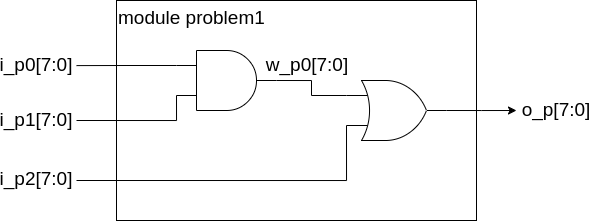
Before: images/LetsMakeCPU/problem1.png, a diagram exported from draw.io (VLSI-JP/VLSI-JP.github.io). Source tidied: cells renumbered, new cells last; positions are measured from the earlier drawing's top-left corner, leaving out a move shared by most shapes. Source of this version:
```xml
<mxGraphModel>
  <root>
    <mxCell id="0" />
    <mxCell id="1" parent="0" />
    <mxCell id="2" value="module problem1" style="rounded=0;whiteSpace=wrap;html=1;align=left;verticalAlign=top;fontSize=19;" parent="1" vertex="1">
      <mxGeometry x="110" width="360" height="220" as="geometry" />
    </mxCell>
    <mxCell id="3" style="edgeStyle=orthogonalEdgeStyle;rounded=0;jettySize=auto;html=1;exitX=1;exitY=0.5;exitDx=0;exitDy=0;exitPerimeter=0;entryX=0;entryY=0.25;entryDx=0;entryDy=0;entryPerimeter=0;endArrow=none;endFill=0;" parent="1" edge="1" source="6" target="9">
      <mxGeometry relative="1" as="geometry" />
    </mxCell>
    <mxCell id="4" style="edgeStyle=orthogonalEdgeStyle;rounded=0;jettySize=auto;html=1;exitX=0;exitY=0.75;exitDx=0;exitDy=0;exitPerimeter=0;endArrow=none;endFill=0;" parent="1" edge="1" source="6">
      <mxGeometry relative="1" as="geometry">
        <mxPoint x="70" y="120" as="targetPoint" />
        <Array as="points">
          <mxPoint x="170" y="120" />
        </Array>
      </mxGeometry>
    </mxCell>
    <mxCell id="5" style="edgeStyle=orthogonalEdgeStyle;rounded=0;jettySize=auto;html=1;exitX=0;exitY=0.25;exitDx=0;exitDy=0;exitPerimeter=0;endArrow=none;endFill=0;" parent="1" edge="1" source="6">
      <mxGeometry relative="1" as="geometry">
        <mxPoint x="70" y="65.1" as="targetPoint" />
      </mxGeometry>
    </mxCell>
    <mxCell id="6" style="verticalLabelPosition=bottom;shadow=0;dashed=0;align=center;html=1;verticalAlign=top;shape=mxgraph.electrical.logic_gates.logic_gate;operation=and;" parent="1" vertex="1">
      <mxGeometry x="170" y="50" width="100" height="60" as="geometry" />
    </mxCell>
    <mxCell id="7" style="edgeStyle=orthogonalEdgeStyle;rounded=0;jettySize=auto;html=1;exitX=1;exitY=0.5;exitDx=0;exitDy=0;exitPerimeter=0;" parent="1" edge="1" source="9">
      <mxGeometry relative="1" as="geometry">
        <mxPoint x="510" y="110" as="targetPoint" />
      </mxGeometry>
    </mxCell>
    <mxCell id="8" style="edgeStyle=orthogonalEdgeStyle;rounded=0;jettySize=auto;html=1;exitX=0;exitY=0.75;exitDx=0;exitDy=0;exitPerimeter=0;endArrow=none;endFill=0;" parent="1" edge="1" source="9">
      <mxGeometry relative="1" as="geometry">
        <mxPoint x="70" y="180" as="targetPoint" />
        <Array as="points">
          <mxPoint x="340" y="180" />
        </Array>
      </mxGeometry>
    </mxCell>
    <mxCell id="9" style="verticalLabelPosition=bottom;shadow=0;dashed=0;align=center;html=1;verticalAlign=top;shape=mxgraph.electrical.logic_gates.logic_gate;operation=or;" parent="1" vertex="1">
      <mxGeometry x="340" y="80" width="100" height="60" as="geometry" />
    </mxCell>
    <mxCell id="10" value="i_p0[7:0]" style="text;html=1;strokeColor=none;fillColor=none;align=center;verticalAlign=middle;whiteSpace=wrap;rounded=0;fontSize=19;" parent="1" vertex="1">
      <mxGeometry y="50" width="60" height="30" as="geometry" />
    </mxCell>
    <mxCell id="11" value="i_p1[7:0]" style="text;html=1;strokeColor=none;fillColor=none;align=center;verticalAlign=middle;whiteSpace=wrap;rounded=0;fontSize=19;" parent="1" vertex="1">
      <mxGeometry y="105" width="60" height="30" as="geometry" />
    </mxCell>
    <mxCell id="12" value="i_p2[7:0]" style="text;html=1;strokeColor=none;fillColor=none;align=center;verticalAlign=middle;whiteSpace=wrap;rounded=0;fontSize=19;" parent="1" vertex="1">
      <mxGeometry y="164" width="60" height="30" as="geometry" />
    </mxCell>
    <mxCell id="13" value="o_p[7:0]" style="text;html=1;strokeColor=none;fillColor=none;align=center;verticalAlign=middle;whiteSpace=wrap;rounded=0;fontSize=19;" parent="1" vertex="1">
      <mxGeometry x="520" y="95" width="60" height="30" as="geometry" />
    </mxCell>
    <mxCell id="14" value="w_p0[7:0]" style="text;html=1;strokeColor=none;fillColor=none;align=center;verticalAlign=middle;whiteSpace=wrap;rounded=0;fontSize=19;" parent="1" vertex="1">
      <mxGeometry x="271" y="50" width="60" height="30" as="geometry" />
    </mxCell>
  </root>
</mxGraphModel>
```
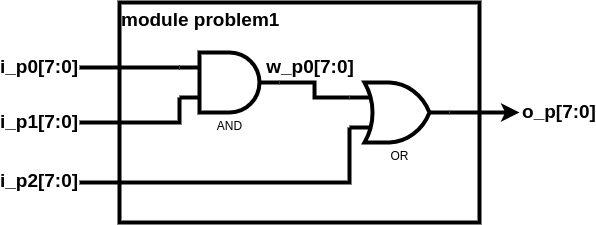
The same file after the commit.

The edit, as a diff of the source:
```diff
@@ -2,57 +2,57 @@
   <root>
     <mxCell id="0" />
     <mxCell id="1" parent="0" />
-    <mxCell id="2" value="module problem1" style="rounded=0;whiteSpace=wrap;html=1;align=left;verticalAlign=top;fontSize=19;" parent="1" vertex="1">
+    <mxCell id="2" value="module problem1" style="rounded=0;whiteSpace=wrap;html=1;align=left;verticalAlign=top;fontSize=19;strokeWidth=4;fontStyle=1;" parent="1" vertex="1">
       <mxGeometry x="110" width="360" height="220" as="geometry" />
     </mxCell>
-    <mxCell id="3" style="edgeStyle=orthogonalEdgeStyle;rounded=0;jettySize=auto;html=1;exitX=1;exitY=0.5;exitDx=0;exitDy=0;exitPerimeter=0;entryX=0;entryY=0.25;entryDx=0;entryDy=0;entryPerimeter=0;endArrow=none;endFill=0;" parent="1" edge="1" source="6" target="9">
-      <mxGeometry relative="1" as="geometry" />
-    </mxCell>
-    <mxCell id="4" style="edgeStyle=orthogonalEdgeStyle;rounded=0;jettySize=auto;html=1;exitX=0;exitY=0.75;exitDx=0;exitDy=0;exitPerimeter=0;endArrow=none;endFill=0;" parent="1" edge="1" source="6">
-      <mxGeometry relative="1" as="geometry">
-        <mxPoint x="70" y="120" as="targetPoint" />
-        <Array as="points">
-          <mxPoint x="170" y="120" />
-        </Array>
-      </mxGeometry>
-    </mxCell>
-    <mxCell id="5" style="edgeStyle=orthogonalEdgeStyle;rounded=0;jettySize=auto;html=1;exitX=0;exitY=0.25;exitDx=0;exitDy=0;exitPerimeter=0;endArrow=none;endFill=0;" parent="1" edge="1" source="6">
-      <mxGeometry relative="1" as="geometry">
-        <mxPoint x="70" y="65.1" as="targetPoint" />
-      </mxGeometry>
-    </mxCell>
-    <mxCell id="6" style="verticalLabelPosition=bottom;shadow=0;dashed=0;align=center;html=1;verticalAlign=top;shape=mxgraph.electrical.logic_gates.logic_gate;operation=and;" parent="1" vertex="1">
-      <mxGeometry x="170" y="50" width="100" height="60" as="geometry" />
-    </mxCell>
-    <mxCell id="7" style="edgeStyle=orthogonalEdgeStyle;rounded=0;jettySize=auto;html=1;exitX=1;exitY=0.5;exitDx=0;exitDy=0;exitPerimeter=0;" parent="1" edge="1" source="9">
-      <mxGeometry relative="1" as="geometry">
-        <mxPoint x="510" y="110" as="targetPoint" />
-      </mxGeometry>
-    </mxCell>
-    <mxCell id="8" style="edgeStyle=orthogonalEdgeStyle;rounded=0;jettySize=auto;html=1;exitX=0;exitY=0.75;exitDx=0;exitDy=0;exitPerimeter=0;endArrow=none;endFill=0;" parent="1" edge="1" source="9">
-      <mxGeometry relative="1" as="geometry">
-        <mxPoint x="70" y="180" as="targetPoint" />
-        <Array as="points">
-          <mxPoint x="340" y="180" />
-        </Array>
-      </mxGeometry>
-    </mxCell>
-    <mxCell id="9" style="verticalLabelPosition=bottom;shadow=0;dashed=0;align=center;html=1;verticalAlign=top;shape=mxgraph.electrical.logic_gates.logic_gate;operation=or;" parent="1" vertex="1">
-      <mxGeometry x="340" y="80" width="100" height="60" as="geometry" />
-    </mxCell>
+    <mxCell id="15" style="edgeStyle=orthogonalEdgeStyle;rounded=0;jettySize=auto;html=1;exitX=1;exitY=0.5;exitDx=0;exitDy=0;exitPerimeter=0;entryX=0;entryY=0.25;entryDx=0;entryDy=0;entryPerimeter=0;endArrow=none;endFill=0;strokeWidth=4;" parent="1" edge="1" source="18" target="21">
+      <mxGeometry relative="1" as="geometry" />
+    </mxCell>
+    <mxCell id="16" style="edgeStyle=orthogonalEdgeStyle;rounded=0;jettySize=auto;html=1;exitX=0;exitY=0.75;exitDx=0;exitDy=0;exitPerimeter=0;endArrow=none;endFill=0;strokeWidth=4;" parent="1" edge="1" source="18">
+      <mxGeometry relative="1" as="geometry">
+        <mxPoint x="70" y="120" as="targetPoint" />
+        <Array as="points">
+          <mxPoint x="170" y="120" />
+        </Array>
+      </mxGeometry>
+    </mxCell>
+    <mxCell id="17" style="edgeStyle=orthogonalEdgeStyle;rounded=0;jettySize=auto;html=1;exitX=0;exitY=0.25;exitDx=0;exitDy=0;exitPerimeter=0;endArrow=none;endFill=0;strokeWidth=4;" parent="1" edge="1" source="18">
+      <mxGeometry relative="1" as="geometry">
+        <mxPoint x="70" y="65.1" as="targetPoint" />
+      </mxGeometry>
+    </mxCell>
+    <mxCell id="18" value="AND" style="verticalLabelPosition=bottom;shadow=0;dashed=0;align=center;html=1;verticalAlign=top;shape=mxgraph.electrical.logic_gates.logic_gate;operation=and;strokeWidth=4;" parent="1" vertex="1">
+      <mxGeometry x="170" y="50" width="100" height="60" as="geometry" />
+    </mxCell>
+    <mxCell id="19" style="edgeStyle=orthogonalEdgeStyle;rounded=0;jettySize=auto;html=1;exitX=1;exitY=0.5;exitDx=0;exitDy=0;exitPerimeter=0;strokeWidth=4;" parent="1" edge="1" source="21">
+      <mxGeometry relative="1" as="geometry">
+        <mxPoint x="510" y="110" as="targetPoint" />
+      </mxGeometry>
+    </mxCell>
+    <mxCell id="20" style="edgeStyle=orthogonalEdgeStyle;rounded=0;jettySize=auto;html=1;exitX=0;exitY=0.75;exitDx=0;exitDy=0;exitPerimeter=0;endArrow=none;endFill=0;strokeWidth=4;" parent="1" edge="1" source="21">
+      <mxGeometry relative="1" as="geometry">
+        <mxPoint x="70" y="180" as="targetPoint" />
+        <Array as="points">
+          <mxPoint x="340" y="180" />
+        </Array>
+      </mxGeometry>
+    </mxCell>
+    <mxCell id="21" value="OR" style="verticalLabelPosition=bottom;shadow=0;dashed=0;align=center;html=1;verticalAlign=top;shape=mxgraph.electrical.logic_gates.logic_gate;operation=or;strokeWidth=4;" parent="1" vertex="1">
+      <mxGeometry x="340" y="80" width="100" height="60" as="geometry" />
+    </mxCell>
-    <mxCell id="10" value="i_p0[7:0]" style="text;html=1;strokeColor=none;fillColor=none;align=center;verticalAlign=middle;whiteSpace=wrap;rounded=0;fontSize=19;" parent="1" vertex="1">
+    <mxCell id="10" value="i_p0[7:0]" style="text;html=1;strokeColor=none;fillColor=none;align=center;verticalAlign=middle;whiteSpace=wrap;rounded=0;fontSize=19;fontStyle=1;" parent="1" vertex="1">
       <mxGeometry y="50" width="60" height="30" as="geometry" />
     </mxCell>
-    <mxCell id="11" value="i_p1[7:0]" style="text;html=1;strokeColor=none;fillColor=none;align=center;verticalAlign=middle;whiteSpace=wrap;rounded=0;fontSize=19;" parent="1" vertex="1">
+    <mxCell id="11" value="i_p1[7:0]" style="text;html=1;strokeColor=none;fillColor=none;align=center;verticalAlign=middle;whiteSpace=wrap;rounded=0;fontSize=19;fontStyle=1;" parent="1" vertex="1">
       <mxGeometry y="105" width="60" height="30" as="geometry" />
     </mxCell>
-    <mxCell id="12" value="i_p2[7:0]" style="text;html=1;strokeColor=none;fillColor=none;align=center;verticalAlign=middle;whiteSpace=wrap;rounded=0;fontSize=19;" parent="1" vertex="1">
+    <mxCell id="12" value="i_p2[7:0]" style="text;html=1;strokeColor=none;fillColor=none;align=center;verticalAlign=middle;whiteSpace=wrap;rounded=0;fontSize=19;fontStyle=1;" parent="1" vertex="1">
       <mxGeometry y="164" width="60" height="30" as="geometry" />
     </mxCell>
-    <mxCell id="13" value="o_p[7:0]" style="text;html=1;strokeColor=none;fillColor=none;align=center;verticalAlign=middle;whiteSpace=wrap;rounded=0;fontSize=19;" parent="1" vertex="1">
+    <mxCell id="13" value="o_p[7:0]" style="text;html=1;strokeColor=none;fillColor=none;align=center;verticalAlign=middle;whiteSpace=wrap;rounded=0;fontSize=19;fontStyle=1;" parent="1" vertex="1">
       <mxGeometry x="520" y="95" width="60" height="30" as="geometry" />
     </mxCell>
-    <mxCell id="14" value="w_p0[7:0]" style="text;html=1;strokeColor=none;fillColor=none;align=center;verticalAlign=middle;whiteSpace=wrap;rounded=0;fontSize=19;" parent="1" vertex="1">
+    <mxCell id="14" value="w_p0[7:0]" style="text;html=1;strokeColor=none;fillColor=none;align=center;verticalAlign=middle;whiteSpace=wrap;rounded=0;fontSize=19;fontStyle=1;" parent="1" vertex="1">
       <mxGeometry x="271" y="50" width="60" height="30" as="geometry" />
     </mxCell>
   </root>
```
